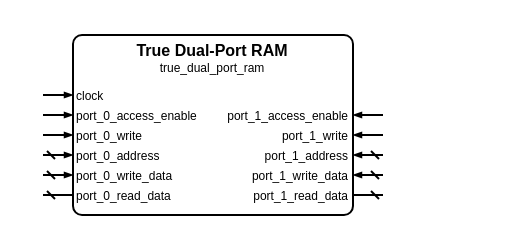
This is sources/memory/true_dual_port_ram/true_dual_port_ram.symbol.drawio from Louis-DR/OmniCores-BuildingBlocks, a draw.io file, before an edit. Source tidied: cells renumbered, new cells numbered last; positions are measured from the earlier drawing's top-left corner, leaving out a move shared by most shapes. Both pictures are drawn from the tidied source at 200%, with x=0, y=0 at pixel (42, 34).
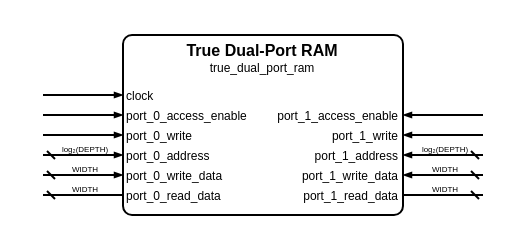
After the change.

Change to the diagram source:
```diff
@@
     <mxCell id="2" style="group;" parent="1" vertex="1">
-      <mxGeometry width="170" height="90" as="geometry" />
+      <mxGeometry width="220" height="90" as="geometry" />
     </mxCell>
     <mxCell id="3" style="rounded=1;arcSize=5;fillColor=none;strokeWidth=1;strokeColor=black;whiteSpace=wrap;html=1;" parent="2" vertex="1">
-      <mxGeometry x="15" width="140" height="90" as="geometry" />
+      <mxGeometry x="40" width="140" height="90" as="geometry" />
     </mxCell>
     <mxCell id="4" value="True Dual-Port RAM" style="text;html=1;align=center;verticalAlign=middle;whiteSpace=wrap;rounded=0;fontSize=8;fontStyle=1;fontColor=black;" parent="2" vertex="1">
-      <mxGeometry x="15" y="7" width="140" as="geometry" />
+      <mxGeometry x="40" y="7" width="140" as="geometry" />
     </mxCell>
     <mxCell id="5" value="true_dual_port_ram" style="text;html=1;align=center;verticalAlign=middle;whiteSpace=wrap;rounded=0;fontSize=6;fontStyle=0;fontColor=black;" parent="2" vertex="1">
-      <mxGeometry x="15" y="16" width="140" as="geometry" />
+      <mxGeometry x="40" y="16" width="140" as="geometry" />
     </mxCell>
     <mxCell id="6" value="clock" style="text;html=1;align=left;verticalAlign=middle;whiteSpace=wrap;rounded=0;fontSize=6;fontStyle=0;fontColor=black;" parent="2" vertex="1">
-      <mxGeometry x="15" y="30" width="140" as="geometry" />
+      <mxGeometry x="40" y="30" width="140" as="geometry" />
     </mxCell>
     <mxCell id="7" style="html=1;rounded=1;strokeWidth=1;strokeColor=black;startFill=0;startSize=2;startArrow=none;endFill=1;endSize=2;endArrow=blockThin;sourcePerimeterSpacing=0;" parent="2" edge="1">
       <mxGeometry relative="1" as="geometry">
         <mxPoint y="30" as="sourcePoint" />
-        <mxPoint x="15" y="30" as="targetPoint" />
+        <mxPoint x="40" y="30" as="targetPoint" />
       </mxGeometry>
     </mxCell>
     <mxCell id="8" value="port_0_access_enable" style="text;html=1;align=left;verticalAlign=middle;whiteSpace=wrap;rounded=0;fontSize=6;fontStyle=0;fontColor=black;" parent="2" vertex="1">
-      <mxGeometry x="15" y="40" width="140" as="geometry" />
+      <mxGeometry x="40" y="40" width="140" as="geometry" />
     </mxCell>
     <mxCell id="9" style="html=1;rounded=1;strokeWidth=1;strokeColor=black;startFill=0;startSize=2;startArrow=none;endFill=1;endSize=2;endArrow=blockThin;sourcePerimeterSpacing=0;" parent="2" edge="1">
       <mxGeometry relative="1" as="geometry">
         <mxPoint y="40" as="sourcePoint" />
-        <mxPoint x="15" y="40" as="targetPoint" />
+        <mxPoint x="40" y="40" as="targetPoint" />
       </mxGeometry>
     </mxCell>
     <mxCell id="10" value="port_1_access_enable" style="text;html=1;align=right;verticalAlign=middle;whiteSpace=wrap;rounded=0;fontSize=6;fontStyle=0;fontColor=black;" parent="2" vertex="1">
-      <mxGeometry x="15" y="40" width="140" as="geometry" />
+      <mxGeometry x="40" y="40" width="140" as="geometry" />
     </mxCell>
     <mxCell id="11" style="html=1;rounded=1;strokeWidth=1;strokeColor=black;startFill=0;startSize=2;startArrow=none;endFill=1;endSize=2;endArrow=blockThin;sourcePerimeterSpacing=0;" parent="2" edge="1">
       <mxGeometry relative="1" as="geometry">
-        <mxPoint x="170" y="40" as="sourcePoint" />
-        <mxPoint x="155" y="40" as="targetPoint" />
+        <mxPoint x="220" y="40" as="sourcePoint" />
+        <mxPoint x="180" y="40" as="targetPoint" />
       </mxGeometry>
     </mxCell>
     <mxCell id="12" value="port_0_write" style="text;html=1;align=left;verticalAlign=middle;whiteSpace=wrap;rounded=0;fontSize=6;fontStyle=0;fontColor=black;" parent="2" vertex="1">
-      <mxGeometry x="15" y="50" width="140" as="geometry" />
+      <mxGeometry x="40" y="50" width="140" as="geometry" />
     </mxCell>
     <mxCell id="13" style="html=1;rounded=1;strokeWidth=1;strokeColor=black;startFill=0;startSize=2;startArrow=none;endFill=1;endSize=2;endArrow=blockThin;sourcePerimeterSpacing=0;" parent="2" edge="1">
       <mxGeometry relative="1" as="geometry">
         <mxPoint y="50" as="sourcePoint" />
-        <mxPoint x="15" y="50" as="targetPoint" />
+        <mxPoint x="40" y="50" as="targetPoint" />
       </mxGeometry>
     </mxCell>
     <mxCell id="14" value="port_1_write" style="text;html=1;align=right;verticalAlign=middle;whiteSpace=wrap;rounded=0;fontSize=6;fontStyle=0;fontColor=black;" parent="2" vertex="1">
-      <mxGeometry x="15" y="50" width="140" as="geometry" />
+      <mxGeometry x="40" y="50" width="140" as="geometry" />
     </mxCell>
     <mxCell id="15" style="html=1;rounded=1;strokeWidth=1;strokeColor=black;startFill=0;startSize=2;startArrow=none;endFill=1;endSize=2;endArrow=blockThin;sourcePerimeterSpacing=0;" parent="2" edge="1">
       <mxGeometry relative="1" as="geometry">
-        <mxPoint x="170" y="50" as="sourcePoint" />
-        <mxPoint x="155" y="50" as="targetPoint" />
+        <mxPoint x="220" y="50" as="sourcePoint" />
+        <mxPoint x="180" y="50" as="targetPoint" />
       </mxGeometry>
     </mxCell>
     <mxCell id="16" value="port_0_address" style="text;html=1;align=left;verticalAlign=middle;whiteSpace=wrap;rounded=0;fontSize=6;fontStyle=0;fontColor=black;" parent="2" vertex="1">
-      <mxGeometry x="15" y="60" width="140" as="geometry" />
+      <mxGeometry x="40" y="60" width="140" as="geometry" />
     </mxCell>
     <mxCell id="17" style="html=1;rounded=1;strokeWidth=1;strokeColor=black;startFill=0;startSize=2;startArrow=dash;endFill=1;endSize=2;endArrow=blockThin;sourcePerimeterSpacing=0;" parent="2" edge="1">
       <mxGeometry relative="1" as="geometry">
         <mxPoint y="60" as="sourcePoint" />
-        <mxPoint x="15" y="60" as="targetPoint" />
+        <mxPoint x="40" y="60" as="targetPoint" />
       </mxGeometry>
     </mxCell>
+    <mxCell id="28" value="log₂(DEPTH)" style="text;html=1;align=center;verticalAlign=middle;whiteSpace=nowrap;rounded=0;fontSize=4;fontStyle=0;fontColor=black;" parent="2" vertex="1">
+      <mxGeometry x="20" y="57" as="geometry" />
+    </mxCell>
     <mxCell id="18" value="port_1_address" style="text;html=1;align=right;verticalAlign=middle;whiteSpace=wrap;rounded=0;fontSize=6;fontStyle=0;fontColor=black;" parent="2" vertex="1">
-      <mxGeometry x="15" y="60" width="140" as="geometry" />
+      <mxGeometry x="40" y="60" width="140" as="geometry" />
     </mxCell>
     <mxCell id="19" style="html=1;rounded=1;strokeWidth=1;strokeColor=black;startFill=0;startSize=2;startArrow=dash;endFill=1;endSize=2;endArrow=blockThin;sourcePerimeterSpacing=0;" parent="2" edge="1">
       <mxGeometry relative="1" as="geometry">
-        <mxPoint x="170" y="60" as="sourcePoint" />
-        <mxPoint x="155" y="60" as="targetPoint" />
+        <mxPoint x="220" y="60" as="sourcePoint" />
+        <mxPoint x="180" y="60" as="targetPoint" />
       </mxGeometry>
     </mxCell>
+    <mxCell id="29" value="log₂(DEPTH)" style="text;html=1;align=center;verticalAlign=middle;whiteSpace=nowrap;rounded=0;fontSize=4;fontStyle=0;fontColor=black;" parent="2" vertex="1">
+      <mxGeometry x="200" y="57" as="geometry" />
+    </mxCell>
     <mxCell id="20" value="port_0_write_data" style="text;html=1;align=left;verticalAlign=middle;whiteSpace=wrap;rounded=0;fontSize=6;fontStyle=0;fontColor=black;" parent="2" vertex="1">
-      <mxGeometry x="15" y="70" width="140" as="geometry" />
+      <mxGeometry x="40" y="70" width="140" as="geometry" />
     </mxCell>
     <mxCell id="21" style="html=1;rounded=1;strokeWidth=1;strokeColor=black;startFill=0;startSize=2;startArrow=dash;endFill=1;endSize=2;endArrow=blockThin;sourcePerimeterSpacing=0;" parent="2" edge="1">
       <mxGeometry relative="1" as="geometry">
         <mxPoint y="70" as="sourcePoint" />
-        <mxPoint x="15" y="70" as="targetPoint" />
+        <mxPoint x="40" y="70" as="targetPoint" />
       </mxGeometry>
     </mxCell>
+    <mxCell id="30" value="WIDTH" style="text;html=1;align=center;verticalAlign=middle;whiteSpace=nowrap;rounded=0;fontSize=4;fontStyle=0;fontColor=black;" parent="2" vertex="1">
+      <mxGeometry x="20" y="67" as="geometry" />
+    </mxCell>
     <mxCell id="22" value="port_1_write_data" style="text;html=1;align=right;verticalAlign=middle;whiteSpace=wrap;rounded=0;fontSize=6;fontStyle=0;fontColor=black;" parent="2" vertex="1">
-      <mxGeometry x="15" y="70" width="140" as="geometry" />
+      <mxGeometry x="40" y="70" width="140" as="geometry" />
     </mxCell>
     <mxCell id="23" style="html=1;rounded=1;strokeWidth=1;strokeColor=black;startFill=0;startSize=2;startArrow=dash;endFill=1;endSize=2;endArrow=blockThin;sourcePerimeterSpacing=0;" parent="2" edge="1">
       <mxGeometry relative="1" as="geometry">
-        <mxPoint x="170" y="70" as="sourcePoint" />
-        <mxPoint x="155" y="70" as="targetPoint" />
+        <mxPoint x="220" y="70" as="sourcePoint" />
+        <mxPoint x="180" y="70" as="targetPoint" />
       </mxGeometry>
     </mxCell>
+    <mxCell id="31" value="WIDTH" style="text;html=1;align=center;verticalAlign=middle;whiteSpace=nowrap;rounded=0;fontSize=4;fontStyle=0;fontColor=black;" parent="2" vertex="1">
+      <mxGeometry x="200" y="67" as="geometry" />
+    </mxCell>
     <mxCell id="24" value="port_0_read_data" style="text;html=1;align=left;verticalAlign=middle;whiteSpace=wrap;rounded=0;fontSize=6;fontStyle=0;fontColor=black;" parent="2" vertex="1">
-      <mxGeometry x="15" y="80" width="140" as="geometry" />
+      <mxGeometry x="40" y="80" width="140" as="geometry" />
     </mxCell>
     <mxCell id="25" style="html=1;rounded=1;strokeWidth=1;strokeColor=black;startFill=0;startSize=2;startArrow=dash;endFill=1;endSize=2;endArrow=none;sourcePerimeterSpacing=0;" parent="2" edge="1">
       <mxGeometry relative="1" as="geometry">
         <mxPoint y="80" as="sourcePoint" />
-        <mxPoint x="15" y="80" as="targetPoint" />
+        <mxPoint x="40" y="80" as="targetPoint" />
       </mxGeometry>
     </mxCell>
+    <mxCell id="32" value="WIDTH" style="text;html=1;align=center;verticalAlign=middle;whiteSpace=nowrap;rounded=0;fontSize=4;fontStyle=0;fontColor=black;" parent="2" vertex="1">
+      <mxGeometry x="20" y="77" as="geometry" />
+    </mxCell>
     <mxCell id="26" value="port_1_read_data" style="text;html=1;align=right;verticalAlign=middle;whiteSpace=wrap;rounded=0;fontSize=6;fontStyle=0;fontColor=black;" parent="2" vertex="1">
-      <mxGeometry x="15" y="80" width="140" as="geometry" />
+      <mxGeometry x="40" y="80" width="140" as="geometry" />
     </mxCell>
     <mxCell id="27" style="html=1;rounded=1;strokeWidth=1;strokeColor=black;startFill=0;startSize=2;startArrow=dash;endFill=1;endSize=2;endArrow=none;sourcePerimeterSpacing=0;" parent="2" edge="1">
       <mxGeometry relative="1" as="geometry">
-        <mxPoint x="170" y="80" as="sourcePoint" />
-        <mxPoint x="155" y="80" as="targetPoint" />
+        <mxPoint x="220" y="80" as="sourcePoint" />
+        <mxPoint x="180" y="80" as="targetPoint" />
       </mxGeometry>
     </mxCell>
+    <mxCell id="33" value="WIDTH" style="text;html=1;align=center;verticalAlign=middle;whiteSpace=nowrap;rounded=0;fontSize=4;fontStyle=0;fontColor=black;" parent="2" vertex="1">
+      <mxGeometry x="200" y="77" as="geometry" />
+    </mxCell>
```
